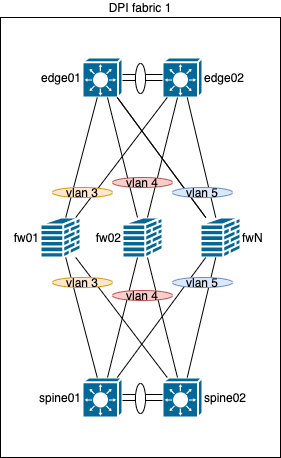
This is images/2021-07-15-juniper-qfx10k-ecmp-based-dpi-fabric_mlag-l3-routed.png from tg-ntwrk/ntwrk.today, a draw.io export, as it was before one commit. Source tidied: cells renumbered, new cells last; positions are measured from the earlier drawing's top-left corner, leaving out a move shared by most shapes.
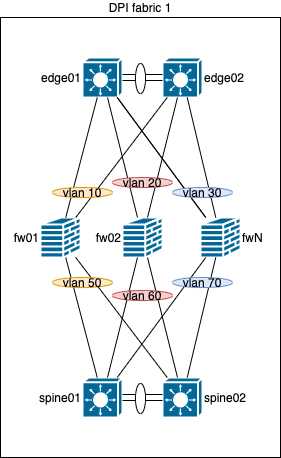
After the commit.

Commit message:
dpi fabric finally

The edit, as a diff of the source:
```diff
@@ -95,22 +95,22 @@
     <mxCell id="28" style="endArrow=none;html=1;" parent="1" edge="1" source="8" target="9">
       <mxGeometry relative="1" as="geometry" />
     </mxCell>
-    <mxCell id="29" value="vlan 5" style="ellipse;whiteSpace=wrap;html=1;fillColor=#dae8fc;strokeColor=#6c8ebf;" parent="1" vertex="1">
+    <mxCell id="29" value="vlan 30" style="ellipse;whiteSpace=wrap;html=1;fillColor=#dae8fc;strokeColor=#6c8ebf;" parent="1" vertex="1">
       <mxGeometry x="172" y="170" width="60" height="10" as="geometry" />
     </mxCell>
-    <mxCell id="30" value="vlan 4" style="ellipse;whiteSpace=wrap;html=1;fillColor=#f8cecc;strokeColor=#b85450;" parent="1" vertex="1">
+    <mxCell id="30" value="vlan 20" style="ellipse;whiteSpace=wrap;html=1;fillColor=#f8cecc;strokeColor=#b85450;" parent="1" vertex="1">
       <mxGeometry x="112" y="160" width="60" height="10" as="geometry" />
     </mxCell>
-    <mxCell id="31" value="vlan 3" style="ellipse;whiteSpace=wrap;html=1;fillColor=#ffe6cc;strokeColor=#d79b00;" parent="1" vertex="1">
+    <mxCell id="31" value="vlan 10" style="ellipse;whiteSpace=wrap;html=1;fillColor=#ffe6cc;strokeColor=#d79b00;" parent="1" vertex="1">
       <mxGeometry x="52" y="170" width="60" height="10" as="geometry" />
     </mxCell>
-    <mxCell id="32" value="vlan 3" style="ellipse;whiteSpace=wrap;html=1;fillColor=#ffe6cc;strokeColor=#d79b00;" parent="1" vertex="1">
+    <mxCell id="32" value="vlan 50" style="ellipse;whiteSpace=wrap;html=1;fillColor=#ffe6cc;strokeColor=#d79b00;" parent="1" vertex="1">
       <mxGeometry x="52" y="260" width="60" height="10" as="geometry" />
     </mxCell>
-    <mxCell id="33" value="vlan 4" style="ellipse;whiteSpace=wrap;html=1;fillColor=#f8cecc;strokeColor=#b85450;" parent="1" vertex="1">
+    <mxCell id="33" value="vlan 60" style="ellipse;whiteSpace=wrap;html=1;fillColor=#f8cecc;strokeColor=#b85450;" parent="1" vertex="1">
       <mxGeometry x="112" y="273" width="60" height="10" as="geometry" />
     </mxCell>
-    <mxCell id="34" value="vlan 5" style="ellipse;whiteSpace=wrap;html=1;fillColor=#dae8fc;strokeColor=#6c8ebf;" parent="1" vertex="1">
+    <mxCell id="34" value="vlan 70" style="ellipse;whiteSpace=wrap;html=1;fillColor=#dae8fc;strokeColor=#6c8ebf;" parent="1" vertex="1">
       <mxGeometry x="172" y="260" width="60" height="10" as="geometry" />
     </mxCell>
   </root>
```
